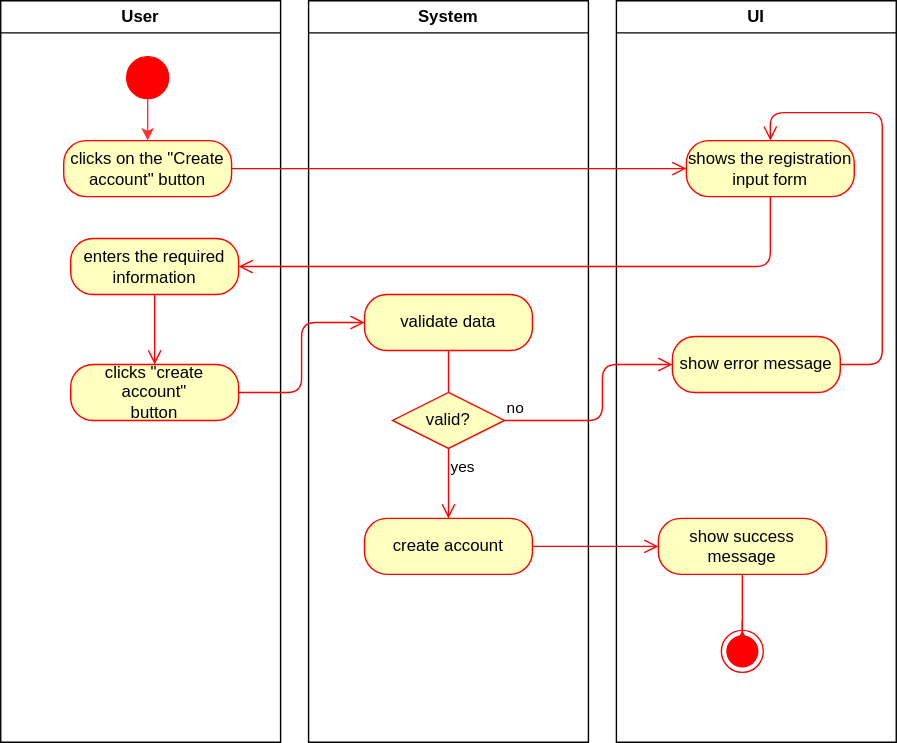
Earlier version of the draw.io export docs/ADCA.drawio.svg (millisom/GluGuide). Source tidied: cells renumbered, new cells last; positions are measured from the earlier drawing's top-left corner, leaving out a move shared by most shapes.
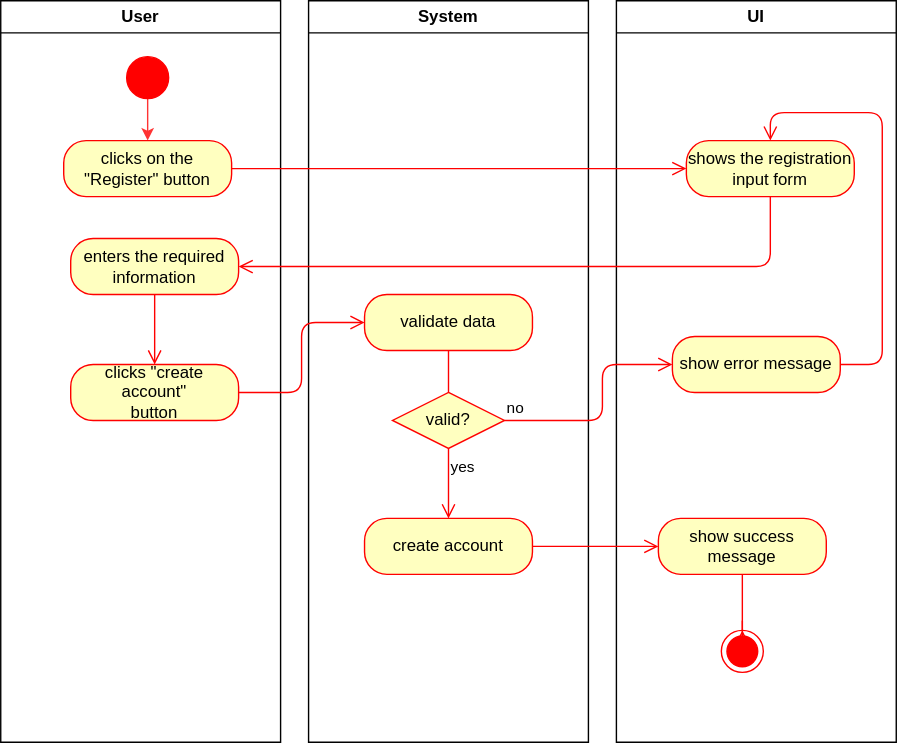
After the change.

The edit, as a diff of the source:
```diff
@@ -11,7 +11,7 @@
         <mxPoint x="105" y="100" as="targetPoint" />
       </mxGeometry>
     </mxCell>
-    <mxCell id="4" value="clicks on the &quot;Create account&quot; button" style="rounded=1;whiteSpace=wrap;html=1;arcSize=40;fontColor=#000000;fillColor=#ffffc0;strokeColor=#ff0000;" parent="2" vertex="1">
+    <mxCell id="4" value="clicks on the &quot;Register&quot; button" style="rounded=1;whiteSpace=wrap;html=1;arcSize=40;fontColor=#000000;fillColor=#ffffc0;strokeColor=#ff0000;" parent="2" vertex="1">
       <mxGeometry x="45" y="100" width="120" height="40" as="geometry" />
     </mxCell>
     <mxCell id="5" value="&lt;span style=&quot;&quot;&gt;clicks &quot;create account&quot;&lt;/span&gt;&lt;br style=&quot;border-color: var(--border-color);&quot;&gt;&lt;span style=&quot;&quot;&gt;button&lt;/span&gt;" style="rounded=1;whiteSpace=wrap;html=1;arcSize=40;fontColor=#000000;fillColor=#ffffc0;strokeColor=#ff0000;" parent="2" vertex="1">
```
